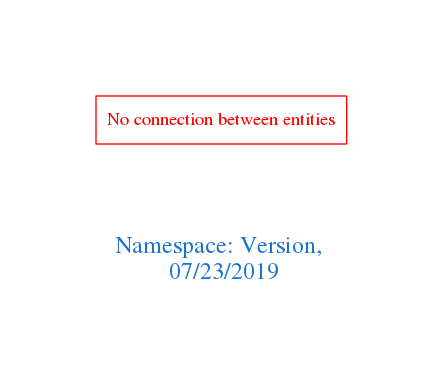
arago/OGIT keeps this Graphviz diagram as downloads/Version.png. Above is the earlier version. Its source is kept beside it as downloads/Version.dot.
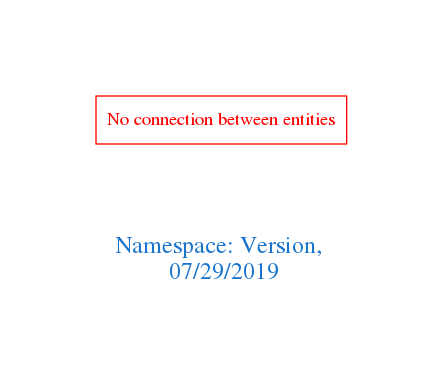
After the commit.

Change to the diagram source:
```diff
@@ -1,7 +1,7 @@
 digraph OGIT_ontology {
  graph [ rankdir= LR,pad=1
 fontsize = 18,
-fontcolor= dodgerblue3,label = "\n\n\nNamespace: Version, \n 07/23/2019"];
+fontcolor= dodgerblue3,label = "\n\n\nNamespace: Version, \n 07/29/2019"];
 node[shape=polygon];
 edge [  color="gray81"];
 
```
